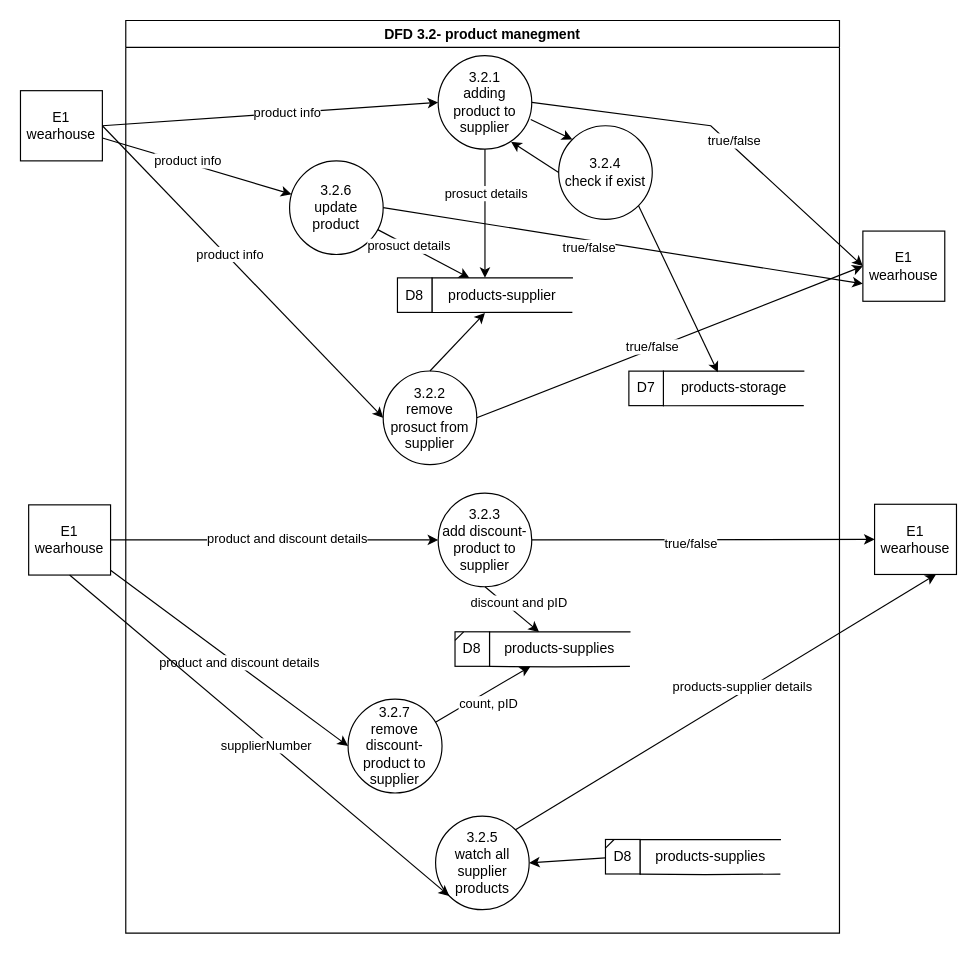
The draw.io diagram page "dfd3.2" (3 of 4) of docs/DFD/DFD3_Supplier.drawio in Naveavra/Market, before the edit. Source tidied: cells renumbered, new cells numbered last; positions are measured from the earlier drawing's top-left corner, leaving out a move shared by most shapes. Both pictures are drawn from the tidied source at 117%, with x=0, y=0 at pixel (20, 20).
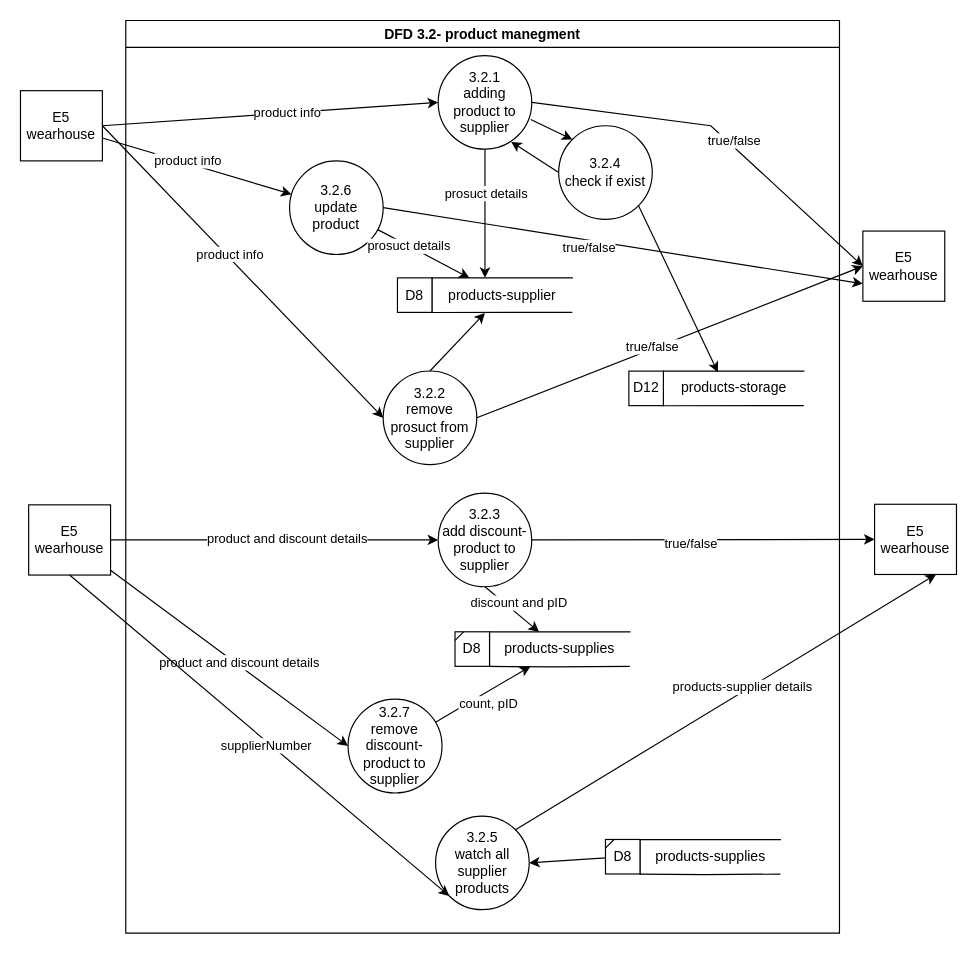
After the change.

Unchanged cells that the change refers to:
```xml
<mxCell id="18" style="group;" parent="2" vertex="1">
  <mxGeometry x="430" y="299.7" width="149.5" height="29.6" as="geometry" />
</mxCell>
```

Diff of the diagram source:
```diff
@@
-    <mxCell id="21" value="D7" style="whiteSpace=wrap;html=1;" parent="18" vertex="1">
+    <mxCell id="21" value="D12" style="whiteSpace=wrap;html=1;" parent="18" vertex="1">
       <mxGeometry width="29.5" height="29.5" as="geometry" />
     </mxCell>
@@
-    <mxCell id="41" value="E1&lt;br&gt;wearhouse" style="rounded=0;whiteSpace=wrap;html=1;" parent="1" vertex="1">
+    <mxCell id="41" value="E5&lt;br&gt;wearhouse" style="rounded=0;whiteSpace=wrap;html=1;" parent="1" vertex="1">
       <mxGeometry y="60" width="70" height="60" as="geometry" />
     </mxCell>
-    <mxCell id="42" value="E1&lt;br&gt;wearhouse" style="rounded=0;whiteSpace=wrap;html=1;" parent="1" vertex="1">
+    <mxCell id="42" value="E5&lt;br&gt;wearhouse" style="rounded=0;whiteSpace=wrap;html=1;" parent="1" vertex="1">
       <mxGeometry x="720" y="180" width="70" height="60" as="geometry" />
     </mxCell>
@@
-    <mxCell id="51" value="E1&lt;br&gt;wearhouse" style="rounded=0;whiteSpace=wrap;html=1;" parent="1" vertex="1">
+    <mxCell id="51" value="E5&lt;br&gt;wearhouse" style="rounded=0;whiteSpace=wrap;html=1;" parent="1" vertex="1">
       <mxGeometry x="7" y="414" width="70" height="60" as="geometry" />
     </mxCell>
@@
-    <mxCell id="56" value="E1&lt;br&gt;wearhouse" style="rounded=0;whiteSpace=wrap;html=1;" parent="1" vertex="1">
+    <mxCell id="56" value="E5&lt;br&gt;wearhouse" style="rounded=0;whiteSpace=wrap;html=1;" parent="1" vertex="1">
       <mxGeometry x="730" y="413.5" width="70" height="60" as="geometry" />
     </mxCell>
```
